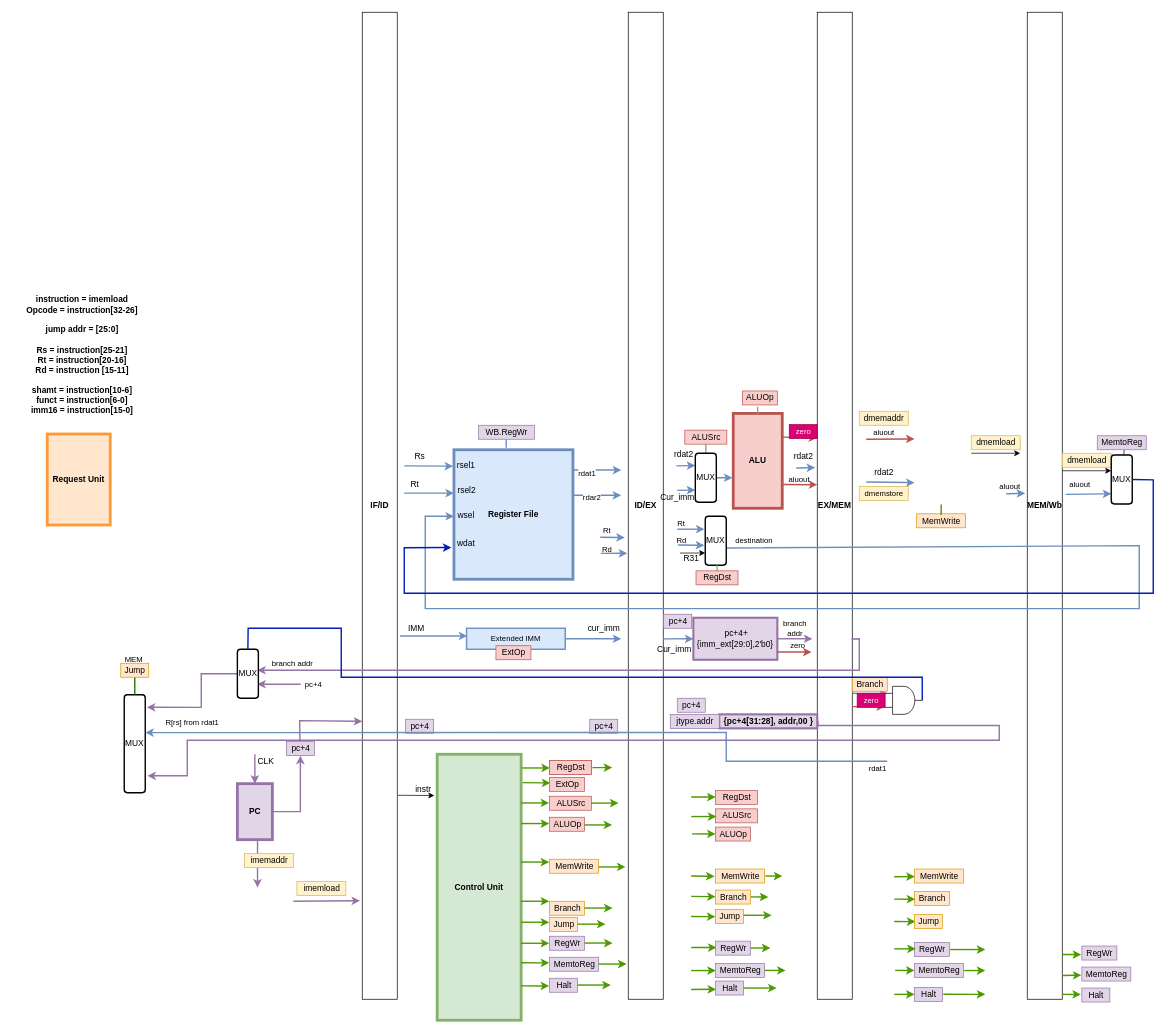
Earlier version of the draw.io diagram pipeline.drawio (vickyfyq/ece437). Source tidied: cells renumbered, new cells numbered last; positions are measured from the earlier drawing's top-left corner, leaving out a move shared by most shapes. Both pictures are drawn from the tidied source at 70%, with x=0, y=0 at pixel (12, 12).
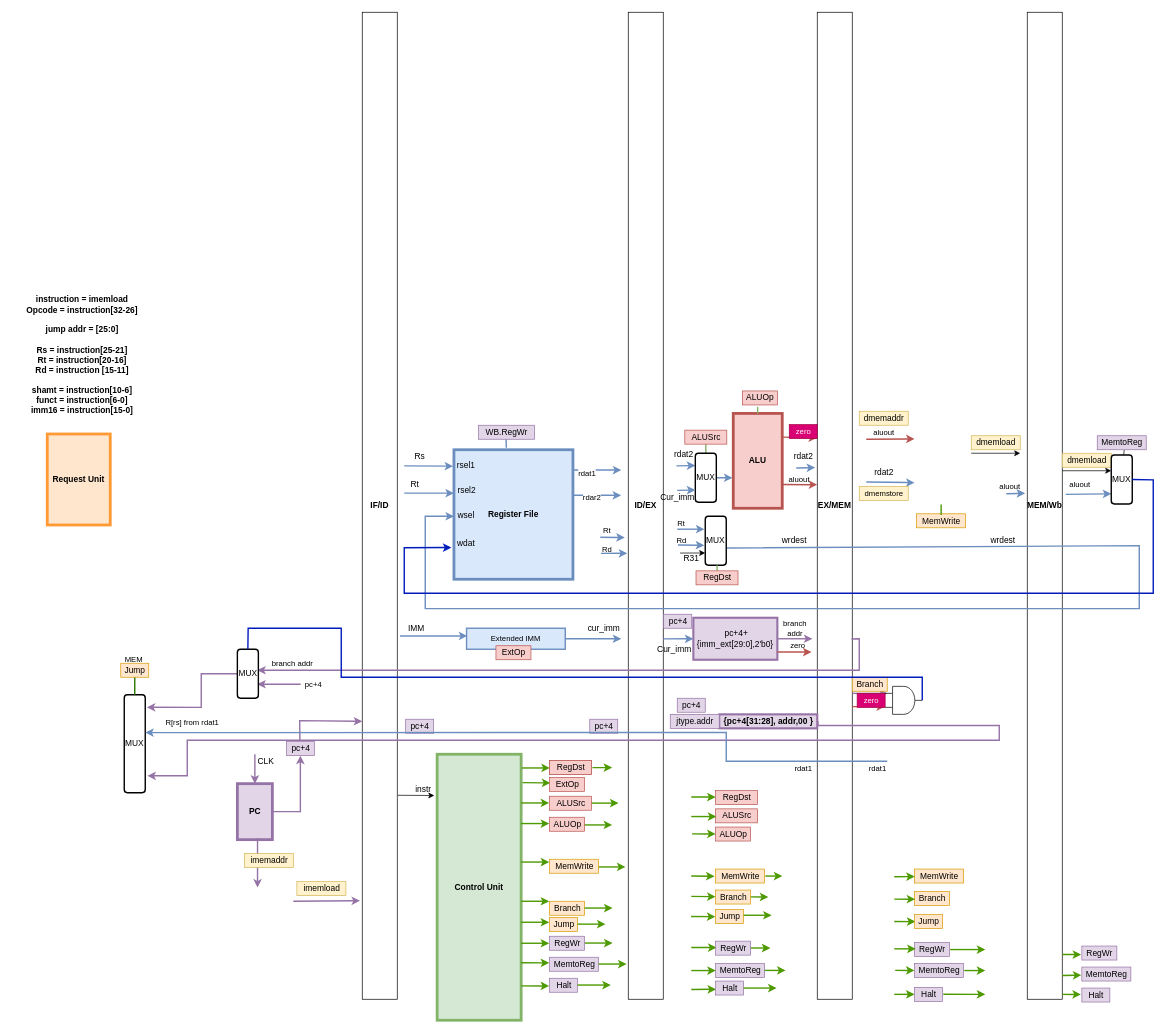
After the change.

Change to the diagram source:
```diff
@@
-    <mxCell id="103" value="destination" style="text;html=1;strokeColor=none;fillColor=none;align=center;verticalAlign=middle;whiteSpace=wrap;rounded=0;fontFamily=Helvetica;fontSize=11;fontColor=default;" parent="1" vertex="1">
-      <mxGeometry x="1030" y="738.5" width="60" height="30" as="geometry" />
-    </mxCell>
@@
+    <mxCell id="202" value="wrdest" style="text;html=1;align=center;verticalAlign=middle;strokeColor=none;fillColor=none;" parent="1" vertex="1">
+      <mxGeometry x="1390" y="743.5" width="50" height="20" as="geometry" />
+    </mxCell>
+    <mxCell id="203" value="wrdest" style="text;html=1;align=center;verticalAlign=middle;strokeColor=none;fillColor=none;" parent="1" vertex="1">
+      <mxGeometry x="1092" y="745" width="50" height="20" as="geometry" />
+    </mxCell>
+    <mxCell id="204" value="rdat1" style="edgeLabel;html=1;align=center;verticalAlign=middle;fontSize=11;fontFamily=Helvetica;fontColor=#000000;" parent="1" vertex="1">
+      <mxGeometry x="1245" y="1089" as="geometry">
+        <mxPoint x="-116" y="-10" as="offset" />
+      </mxGeometry>
+    </mxCell>
```
